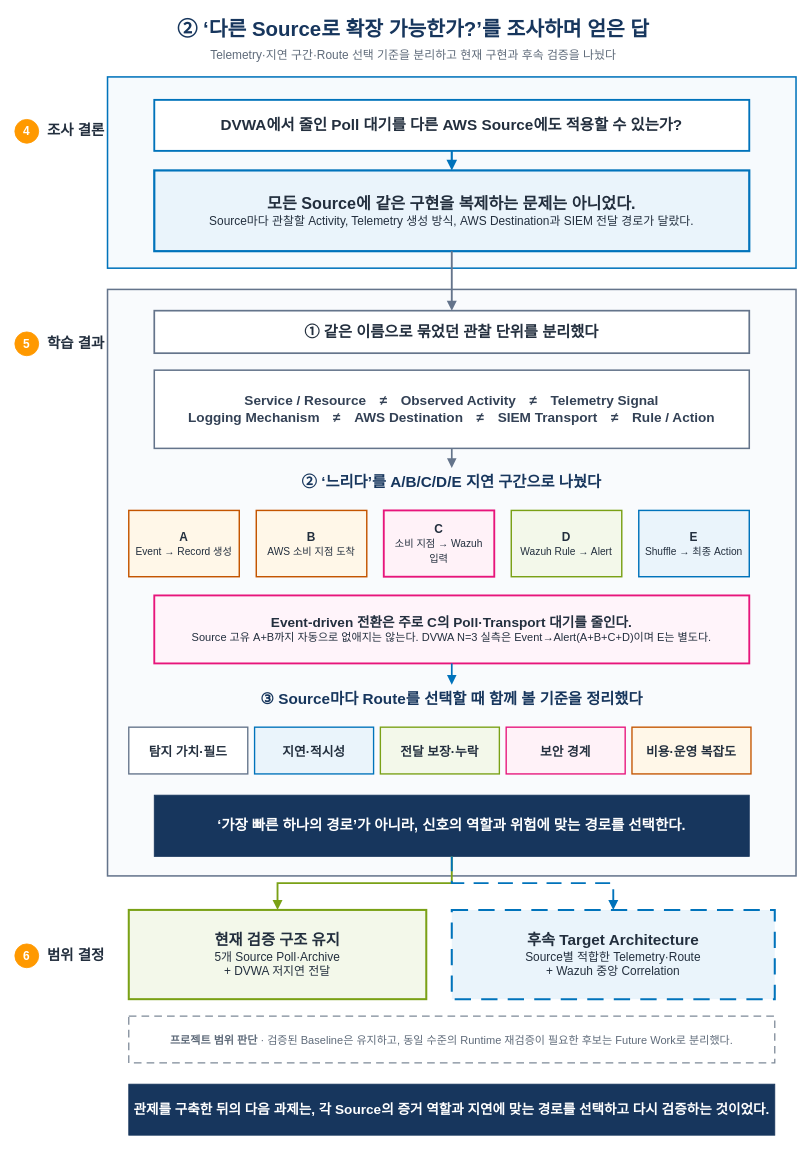
This is page "2_Telemetry·지연·설계 판단" (2 of 2) of 20_팀 프로젝트/3차 프로젝트/보고서/7.0 관제 고도화 과정.drawio from Unoh03/Obsi3, a draw.io file, before an edit. Source tidied: cells renumbered, new cells numbered last; positions are measured from the earlier drawing's top-left corner, leaving out a move shared by most shapes. Both pictures are drawn from the tidied source at 85%, with x=0, y=0 at pixel (14, 14).
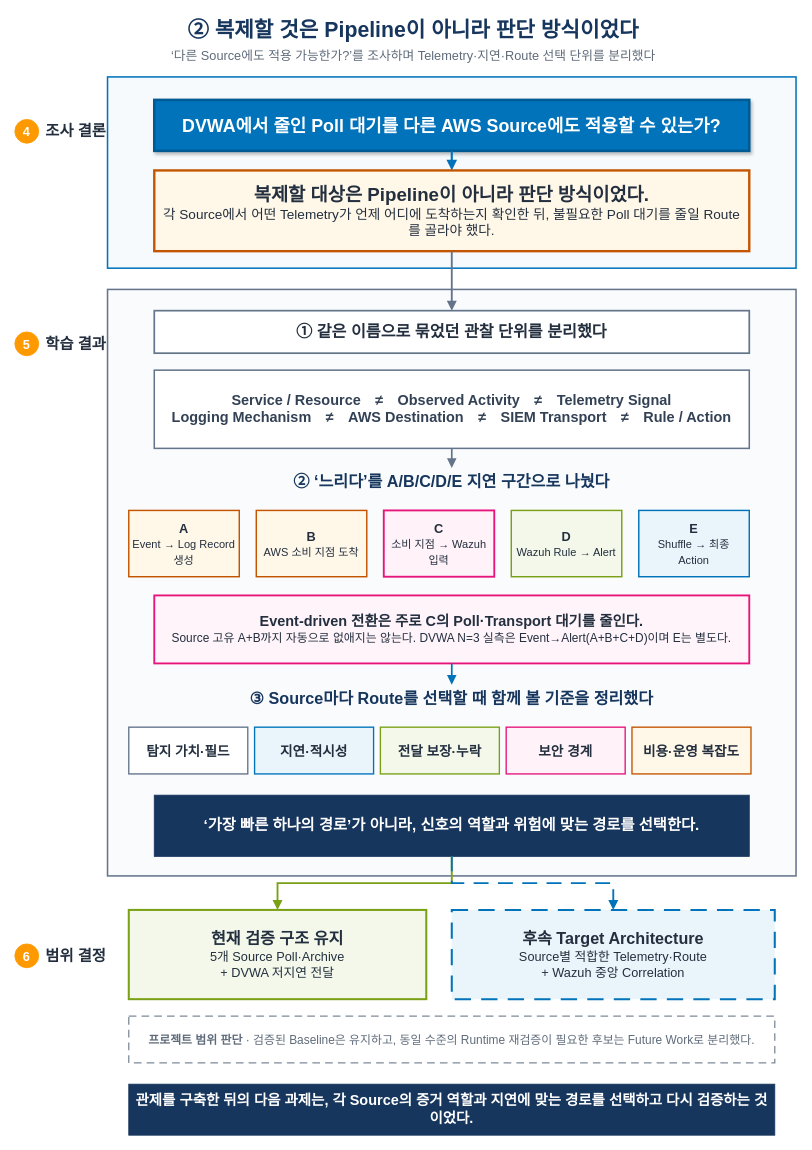
The same page after the edit.

Commit message (it also covers changes not shown here):
Auto: 2026. 08. 26. 19:38:02 M 20_팀 프로젝트/3차 프로젝트/보고서/7.0 관제 고도화 과정.drawio 20_팀 프로젝트/3차 프로젝트/보고서/7장 결론 및 후속 설계 원고.md

What changed in the source:
```diff
@@
-    <mxCell id="2" value="② ‘다른 Source로 확장 가능한가?’를 조사하며 얻은 답" style="html=1;whiteSpace=wrap;strokeColor=none;fillColor=none;align=center;verticalAlign=middle;fontColor=#17365D;fontSize=24;fontStyle=1;" parent="1" vertex="1">
+    <mxCell id="2" value="② 복제할 것은 Pipeline이 아니라 판단 방식이었다" style="html=1;whiteSpace=wrap;strokeColor=none;fillColor=none;align=center;verticalAlign=middle;fontColor=#17365D;fontSize=25;fontStyle=1;" parent="1" vertex="1">
       <mxGeometry x="49" width="840" height="34" as="geometry" />
     </mxCell>
-    <mxCell id="3" value="Telemetry·지연 구간·Route 선택 기준을 분리하고 현재 구현과 후속 검증을 나눴다" style="html=1;whiteSpace=wrap;strokeColor=none;fillColor=none;align=center;verticalAlign=middle;fontColor=#5F6B7A;fontSize=14;" parent="1" vertex="1">
+    <mxCell id="3" value="‘다른 Source에도 적용 가능한가?’를 조사하며 Telemetry·지연·Route 선택 단위를 분리했다" style="html=1;whiteSpace=wrap;strokeColor=none;fillColor=none;align=center;verticalAlign=middle;fontColor=#5F6B7A;fontSize=15;" parent="1" vertex="1">
       <mxGeometry x="89" y="36" width="760" height="22" as="geometry" />
     </mxCell>
-    <mxCell id="4" value="4" style="ellipse;whiteSpace=wrap;html=1;fillColor=#FF9900;strokeColor=#FF9900;fontColor=#FFFFFF;fontSize=14;fontStyle=1;align=center;verticalAlign=middle;" parent="1" vertex="1">
+    <mxCell id="4" value="4" style="ellipse;whiteSpace=wrap;html=1;fillColor=#FF9900;strokeColor=#FF9900;fontColor=#FFFFFF;fontSize=15;fontStyle=1;align=center;verticalAlign=middle;" parent="1" vertex="1">
       <mxGeometry y="123" width="28" height="28" as="geometry" />
     </mxCell>
-    <mxCell id="5" value="조사 결론" style="html=1;whiteSpace=wrap;strokeColor=none;fillColor=none;align=center;verticalAlign=middle;fontColor=#232F3E;fontSize=17;fontStyle=1;" parent="1" vertex="1">
+    <mxCell id="5" value="조사 결론" style="html=1;whiteSpace=wrap;strokeColor=none;fillColor=none;align=center;verticalAlign=middle;fontColor=#232F3E;fontSize=18;fontStyle=1;" parent="1" vertex="1">
       <mxGeometry x="31" y="121" width="82" height="32" as="geometry" />
     </mxCell>
@@
-    <mxCell id="7" value="DVWA에서 줄인 Poll 대기를 다른 AWS Source에도 적용할 수 있는가?" style="rounded=0;whiteSpace=wrap;html=1;fillColor=#FFFFFF;strokeColor=#0073BB;strokeWidth=2.2;fontColor=#232F3E;fontSize=18;fontStyle=1;align=center;verticalAlign=middle;spacing=6;" parent="1" vertex="1">
+    <mxCell id="7" value="DVWA에서 줄인 Poll 대기를 다른 AWS Source에도 적용할 수 있는가?" style="rounded=0;whiteSpace=wrap;html=1;fillColor=#0073BB;strokeColor=#005A93;strokeWidth=3;fontColor=#FFFFFF;fontSize=21;fontStyle=1;align=center;verticalAlign=middle;spacing=6;shadow=1;" parent="1" vertex="1">
       <mxGeometry x="164" y="100" width="700" height="60" as="geometry" />
     </mxCell>
-    <mxCell id="8" value="&lt;font style=&quot;font-size:19px;&quot;&gt;&lt;b&gt;모든 Source에 같은 구현을 복제하는 문제는 아니었다.&lt;/b&gt;&lt;/font&gt;&lt;br&gt;&lt;font style=&quot;font-size:14px;&quot;&gt;Source마다 관찰할 Activity, Telemetry 생성 방식, AWS Destination과 SIEM 전달 경로가 달랐다.&lt;/font&gt;" style="rounded=0;whiteSpace=wrap;html=1;fillColor=#EAF4FB;strokeColor=#0073BB;strokeWidth=2.6;fontColor=#232F3E;align=center;verticalAlign=middle;spacing=7;" parent="1" vertex="1">
+    <mxCell id="8" value="&lt;font style=&quot;font-size:22px;&quot;&gt;&lt;b&gt;복제할 대상은 Pipeline이 아니라 판단 방식이었다.&lt;/b&gt;&lt;/font&gt;&lt;br&gt;&lt;font style=&quot;font-size:16px;&quot;&gt;각 Source에서 어떤 Telemetry가 언제 어디에 도착하는지 확인한 뒤, 불필요한 Poll 대기를 줄일 Route를 골라야 했다.&lt;/font&gt;" style="rounded=0;whiteSpace=wrap;html=1;fillColor=#FFF7E8;strokeColor=#C45500;strokeWidth=2.8;fontColor=#232F3E;align=center;verticalAlign=middle;spacing=7;" parent="1" vertex="1">
       <mxGeometry x="164" y="183" width="700" height="95" as="geometry" />
     </mxCell>
-    <mxCell id="9" value="5" style="ellipse;whiteSpace=wrap;html=1;fillColor=#FF9900;strokeColor=#FF9900;fontColor=#FFFFFF;fontSize=14;fontStyle=1;align=center;verticalAlign=middle;" parent="1" vertex="1">
+    <mxCell id="9" value="5" style="ellipse;whiteSpace=wrap;html=1;fillColor=#FF9900;strokeColor=#FF9900;fontColor=#FFFFFF;fontSize=15;fontStyle=1;align=center;verticalAlign=middle;" parent="1" vertex="1">
       <mxGeometry y="373" width="28" height="28" as="geometry" />
     </mxCell>
-    <mxCell id="10" value="학습 결과" style="html=1;whiteSpace=wrap;strokeColor=none;fillColor=none;align=center;verticalAlign=middle;fontColor=#232F3E;fontSize=17;fontStyle=1;" parent="1" vertex="1">
+    <mxCell id="10" value="학습 결과" style="html=1;whiteSpace=wrap;strokeColor=none;fillColor=none;align=center;verticalAlign=middle;fontColor=#232F3E;fontSize=18;fontStyle=1;" parent="1" vertex="1">
       <mxGeometry x="31" y="371" width="82" height="32" as="geometry" />
     </mxCell>
@@
-    <mxCell id="12" value="&lt;font style=&quot;font-size:18px;&quot;&gt;&lt;b&gt;① 같은 이름으로 묶었던 관찰 단위를 분리했다&lt;/b&gt;&lt;/font&gt;" style="rounded=0;whiteSpace=wrap;html=1;fillColor=#FFFFFF;strokeColor=#64748B;strokeWidth=2;fontColor=#232F3E;align=center;verticalAlign=middle;spacing=5;" parent="1" vertex="1">
+    <mxCell id="12" value="&lt;font style=&quot;font-size:19px;&quot;&gt;&lt;b&gt;① 같은 이름으로 묶었던 관찰 단위를 분리했다&lt;/b&gt;&lt;/font&gt;" style="rounded=0;whiteSpace=wrap;html=1;fillColor=#FFFFFF;strokeColor=#64748B;strokeWidth=2;fontColor=#232F3E;align=center;verticalAlign=middle;spacing=5;" parent="1" vertex="1">
       <mxGeometry x="164" y="348" width="700" height="50" as="geometry" />
     </mxCell>
-    <mxCell id="13" value="&lt;font style=&quot;font-size:16px;&quot;&gt;&lt;b&gt;Service / Resource　≠　Observed Activity　≠　Telemetry Signal&lt;/b&gt;&lt;/font&gt;&lt;br&gt;&lt;font style=&quot;font-size:16px;&quot;&gt;&lt;b&gt;Logging Mechanism　≠　AWS Destination　≠　SIEM Transport　≠　Rule / Action&lt;/b&gt;&lt;/font&gt;" style="rounded=0;whiteSpace=wrap;html=1;fillColor=#FFFFFF;strokeColor=#64748B;strokeWidth=1.8;fontColor=#334155;align=center;verticalAlign=middle;spacing=7;" parent="1" vertex="1">
+    <mxCell id="13" value="&lt;font style=&quot;font-size:17px;&quot;&gt;&lt;b&gt;Service / Resource　≠　Observed Activity　≠　Telemetry Signal&lt;/b&gt;&lt;/font&gt;&lt;br&gt;&lt;font style=&quot;font-size:17px;&quot;&gt;&lt;b&gt;Logging Mechanism　≠　AWS Destination　≠　SIEM Transport　≠　Rule / Action&lt;/b&gt;&lt;/font&gt;" style="rounded=0;whiteSpace=wrap;html=1;fillColor=#FFFFFF;strokeColor=#64748B;strokeWidth=1.8;fontColor=#334155;align=center;verticalAlign=middle;spacing=7;" parent="1" vertex="1">
       <mxGeometry x="164" y="418" width="700" height="92" as="geometry" />
     </mxCell>
-    <mxCell id="14" value="② ‘느리다’를 A/B/C/D/E 지연 구간으로 나눴다" style="html=1;whiteSpace=wrap;strokeColor=none;fillColor=none;align=center;verticalAlign=middle;fontColor=#17365D;fontSize=18;fontStyle=1;" parent="1" vertex="1">
+    <mxCell id="14" value="② ‘느리다’를 A/B/C/D/E 지연 구간으로 나눴다" style="html=1;whiteSpace=wrap;strokeColor=none;fillColor=none;align=center;verticalAlign=middle;fontColor=#17365D;fontSize=19;fontStyle=1;" parent="1" vertex="1">
       <mxGeometry x="164" y="533" width="700" height="34" as="geometry" />
     </mxCell>
-    <mxCell id="15" value="&lt;b&gt;A&lt;/b&gt;&lt;br&gt;&lt;font style=&quot;font-size:12px;&quot;&gt;Event → Record 생성&lt;/font&gt;" style="rounded=0;whiteSpace=wrap;html=1;fillColor=#FFF7E8;strokeColor=#C45500;strokeWidth=1.7;fontColor=#232F3E;fontSize=14;align=center;verticalAlign=middle;spacing=5;" parent="1" vertex="1">
+    <mxCell id="15" value="&lt;b&gt;A&lt;/b&gt;&lt;br&gt;&lt;font style=&quot;font-size:13px;&quot;&gt;Event → Log Record&lt;br&gt;생성&lt;/font&gt;" style="rounded=0;whiteSpace=wrap;html=1;fillColor=#FFF7E8;strokeColor=#C45500;strokeWidth=1.7;fontColor=#232F3E;fontSize=15;align=center;verticalAlign=middle;spacing=5;" parent="1" vertex="1">
       <mxGeometry x="134" y="583" width="130" height="78" as="geometry" />
     </mxCell>
-    <mxCell id="16" value="&lt;b&gt;B&lt;/b&gt;&lt;br&gt;&lt;font style=&quot;font-size:12px;&quot;&gt;AWS 소비 지점 도착&lt;/font&gt;" style="rounded=0;whiteSpace=wrap;html=1;fillColor=#FFF7E8;strokeColor=#C45500;strokeWidth=1.7;fontColor=#232F3E;fontSize=14;align=center;verticalAlign=middle;spacing=5;" parent="1" vertex="1">
+    <mxCell id="16" value="&lt;b&gt;B&lt;/b&gt;&lt;br&gt;&lt;font style=&quot;font-size:13px;&quot;&gt;AWS 소비 지점 도착&lt;/font&gt;" style="rounded=0;whiteSpace=wrap;html=1;fillColor=#FFF7E8;strokeColor=#C45500;strokeWidth=1.7;fontColor=#232F3E;fontSize=15;align=center;verticalAlign=middle;spacing=5;" parent="1" vertex="1">
       <mxGeometry x="284" y="583" width="130" height="78" as="geometry" />
     </mxCell>
-    <mxCell id="17" value="&lt;b&gt;C&lt;/b&gt;&lt;br&gt;&lt;font style=&quot;font-size:12px;&quot;&gt;소비 지점 → Wazuh&lt;br&gt;입력&lt;/font&gt;" style="rounded=0;whiteSpace=wrap;html=1;fillColor=#FFF2F8;strokeColor=#E7157B;strokeWidth=2.2;fontColor=#232F3E;fontSize=14;align=center;verticalAlign=middle;spacing=5;" parent="1" vertex="1">
+    <mxCell id="17" value="&lt;b&gt;C&lt;/b&gt;&lt;br&gt;&lt;font style=&quot;font-size:13px;&quot;&gt;소비 지점 → Wazuh&lt;br&gt;입력&lt;/font&gt;" style="rounded=0;whiteSpace=wrap;html=1;fillColor=#FFF2F8;strokeColor=#E7157B;strokeWidth=2.2;fontColor=#232F3E;fontSize=15;align=center;verticalAlign=middle;spacing=5;" parent="1" vertex="1">
       <mxGeometry x="434" y="583" width="130" height="78" as="geometry" />
     </mxCell>
-    <mxCell id="18" value="&lt;b&gt;D&lt;/b&gt;&lt;br&gt;&lt;font style=&quot;font-size:12px;&quot;&gt;Wazuh Rule → Alert&lt;/font&gt;" style="rounded=0;whiteSpace=wrap;html=1;fillColor=#F3F8EA;strokeColor=#7AA116;strokeWidth=1.7;fontColor=#232F3E;fontSize=14;align=center;verticalAlign=middle;spacing=5;" parent="1" vertex="1">
+    <mxCell id="18" value="&lt;b&gt;D&lt;/b&gt;&lt;br&gt;&lt;font style=&quot;font-size:13px;&quot;&gt;Wazuh Rule → Alert&lt;/font&gt;" style="rounded=0;whiteSpace=wrap;html=1;fillColor=#F3F8EA;strokeColor=#7AA116;strokeWidth=1.7;fontColor=#232F3E;fontSize=15;align=center;verticalAlign=middle;spacing=5;" parent="1" vertex="1">
       <mxGeometry x="584" y="583" width="130" height="78" as="geometry" />
     </mxCell>
-    <mxCell id="19" value="&lt;b&gt;E&lt;/b&gt;&lt;br&gt;&lt;font style=&quot;font-size:12px;&quot;&gt;Shuffle → 최종 Action&lt;/font&gt;" style="rounded=0;whiteSpace=wrap;html=1;fillColor=#EAF4FB;strokeColor=#0073BB;strokeWidth=1.7;fontColor=#232F3E;fontSize=14;align=center;verticalAlign=middle;spacing=5;" parent="1" vertex="1">
+    <mxCell id="19" value="&lt;b&gt;E&lt;/b&gt;&lt;br&gt;&lt;font style=&quot;font-size:13px;&quot;&gt;Shuffle → 최종 Action&lt;/font&gt;" style="rounded=0;whiteSpace=wrap;html=1;fillColor=#EAF4FB;strokeColor=#0073BB;strokeWidth=1.7;fontColor=#232F3E;fontSize=15;align=center;verticalAlign=middle;spacing=5;" parent="1" vertex="1">
       <mxGeometry x="734" y="583" width="130" height="78" as="geometry" />
     </mxCell>
-    <mxCell id="20" value="&lt;font style=&quot;font-size:16px;&quot;&gt;&lt;b&gt;Event-driven 전환은 주로 C의 Poll·Transport 대기를 줄인다.&lt;/b&gt;&lt;/font&gt;&lt;br&gt;&lt;font style=&quot;font-size:13px;&quot;&gt;Source 고유 A+B까지 자동으로 없애지는 않는다. DVWA N=3 실측은 Event→Alert(A+B+C+D)이며 E는 별도다.&lt;/font&gt;" style="rounded=0;whiteSpace=wrap;html=1;fillColor=#FFF4FA;strokeColor=#E7157B;strokeWidth=2.2;fontColor=#232F3E;align=center;verticalAlign=middle;spacing=6;" parent="1" vertex="1">
+    <mxCell id="20" value="&lt;font style=&quot;font-size:17px;&quot;&gt;&lt;b&gt;Event-driven 전환은 주로 C의 Poll·Transport 대기를 줄인다.&lt;/b&gt;&lt;/font&gt;&lt;br&gt;&lt;font style=&quot;font-size:14px;&quot;&gt;Source 고유 A+B까지 자동으로 없애지는 않는다. DVWA N=3 실측은 Event→Alert(A+B+C+D)이며 E는 별도다.&lt;/font&gt;" style="rounded=0;whiteSpace=wrap;html=1;fillColor=#FFF4FA;strokeColor=#E7157B;strokeWidth=2.2;fontColor=#232F3E;align=center;verticalAlign=middle;spacing=6;" parent="1" vertex="1">
       <mxGeometry x="164" y="683" width="700" height="80" as="geometry" />
     </mxCell>
-    <mxCell id="21" value="③ Source마다 Route를 선택할 때 함께 볼 기준을 정리했다" style="html=1;whiteSpace=wrap;strokeColor=none;fillColor=none;align=center;verticalAlign=middle;fontColor=#17365D;fontSize=18;fontStyle=1;" parent="1" vertex="1">
+    <mxCell id="21" value="③ Source마다 Route를 선택할 때 함께 볼 기준을 정리했다" style="html=1;whiteSpace=wrap;strokeColor=none;fillColor=none;align=center;verticalAlign=middle;fontColor=#17365D;fontSize=19;fontStyle=1;" parent="1" vertex="1">
       <mxGeometry x="164" y="788" width="700" height="34" as="geometry" />
     </mxCell>
-    <mxCell id="22" value="탐지 가치·필드" style="rounded=0;whiteSpace=wrap;html=1;fillColor=#FFFFFF;strokeColor=#64748B;strokeWidth=1.6;fontColor=#232F3E;fontSize=15;fontStyle=1;align=center;verticalAlign=middle;" parent="1" vertex="1">
+    <mxCell id="22" value="탐지 가치·필드" style="rounded=0;whiteSpace=wrap;html=1;fillColor=#FFFFFF;strokeColor=#64748B;strokeWidth=1.6;fontColor=#232F3E;fontSize=16;fontStyle=1;align=center;verticalAlign=middle;" parent="1" vertex="1">
       <mxGeometry x="134" y="838" width="140" height="55" as="geometry" />
     </mxCell>
-    <mxCell id="23" value="지연·적시성" style="rounded=0;whiteSpace=wrap;html=1;fillColor=#EAF4FB;strokeColor=#0073BB;strokeWidth=1.6;fontColor=#232F3E;fontSize=15;fontStyle=1;align=center;verticalAlign=middle;" parent="1" vertex="1">
+    <mxCell id="23" value="지연·적시성" style="rounded=0;whiteSpace=wrap;html=1;fillColor=#EAF4FB;strokeColor=#0073BB;strokeWidth=1.6;fontColor=#232F3E;fontSize=16;fontStyle=1;align=center;verticalAlign=middle;" parent="1" vertex="1">
       <mxGeometry x="282" y="838" width="140" height="55" as="geometry" />
     </mxCell>
-    <mxCell id="24" value="전달 보장·누락" style="rounded=0;whiteSpace=wrap;html=1;fillColor=#F3F8EA;strokeColor=#7AA116;strokeWidth=1.6;fontColor=#232F3E;fontSize=15;fontStyle=1;align=center;verticalAlign=middle;" parent="1" vertex="1">
+    <mxCell id="24" value="전달 보장·누락" style="rounded=0;whiteSpace=wrap;html=1;fillColor=#F3F8EA;strokeColor=#7AA116;strokeWidth=1.6;fontColor=#232F3E;fontSize=16;fontStyle=1;align=center;verticalAlign=middle;" parent="1" vertex="1">
       <mxGeometry x="430" y="838" width="140" height="55" as="geometry" />
     </mxCell>
-    <mxCell id="25" value="보안 경계" style="rounded=0;whiteSpace=wrap;html=1;fillColor=#FFF2F8;strokeColor=#E7157B;strokeWidth=1.6;fontColor=#232F3E;fontSize=15;fontStyle=1;align=center;verticalAlign=middle;" parent="1" vertex="1">
+    <mxCell id="25" value="보안 경계" style="rounded=0;whiteSpace=wrap;html=1;fillColor=#FFF2F8;strokeColor=#E7157B;strokeWidth=1.6;fontColor=#232F3E;fontSize=16;fontStyle=1;align=center;verticalAlign=middle;" parent="1" vertex="1">
       <mxGeometry x="578" y="838" width="140" height="55" as="geometry" />
     </mxCell>
-    <mxCell id="26" value="비용·운영 복잡도" style="rounded=0;whiteSpace=wrap;html=1;fillColor=#FFF7E8;strokeColor=#C45500;strokeWidth=1.6;fontColor=#232F3E;fontSize=15;fontStyle=1;align=center;verticalAlign=middle;" parent="1" vertex="1">
+    <mxCell id="26" value="비용·운영 복잡도" style="rounded=0;whiteSpace=wrap;html=1;fillColor=#FFF7E8;strokeColor=#C45500;strokeWidth=1.6;fontColor=#232F3E;fontSize=16;fontStyle=1;align=center;verticalAlign=middle;" parent="1" vertex="1">
       <mxGeometry x="726" y="838" width="140" height="55" as="geometry" />
     </mxCell>
-    <mxCell id="27" value="&lt;font style=&quot;font-size:17px;&quot;&gt;&lt;b&gt;‘가장 빠른 하나의 경로’가 아니라, 신호의 역할과 위험에 맞는 경로를 선택한다.&lt;/b&gt;&lt;/font&gt;" style="rounded=0;whiteSpace=wrap;html=1;fillColor=#17365D;strokeColor=#17365D;fontColor=#FFFFFF;align=center;verticalAlign=middle;spacing=6;" parent="1" vertex="1">
+    <mxCell id="27" value="&lt;font style=&quot;font-size:18px;&quot;&gt;&lt;b&gt;‘가장 빠른 하나의 경로’가 아니라, 신호의 역할과 위험에 맞는 경로를 선택한다.&lt;/b&gt;&lt;/font&gt;" style="rounded=0;whiteSpace=wrap;html=1;fillColor=#17365D;strokeColor=#17365D;fontColor=#FFFFFF;align=center;verticalAlign=middle;spacing=6;" parent="1" vertex="1">
       <mxGeometry x="164" y="918" width="700" height="72" as="geometry" />
     </mxCell>
-    <mxCell id="28" value="6" style="ellipse;whiteSpace=wrap;html=1;fillColor=#FF9900;strokeColor=#FF9900;fontColor=#FFFFFF;fontSize=14;fontStyle=1;align=center;verticalAlign=middle;" parent="1" vertex="1">
+    <mxCell id="28" value="6" style="ellipse;whiteSpace=wrap;html=1;fillColor=#FF9900;strokeColor=#FF9900;fontColor=#FFFFFF;fontSize=15;fontStyle=1;align=center;verticalAlign=middle;" parent="1" vertex="1">
       <mxGeometry y="1093" width="28" height="28" as="geometry" />
     </mxCell>
-    <mxCell id="29" value="범위 결정" style="html=1;whiteSpace=wrap;strokeColor=none;fillColor=none;align=center;verticalAlign=middle;fontColor=#232F3E;fontSize=17;fontStyle=1;" parent="1" vertex="1">
+    <mxCell id="29" value="범위 결정" style="html=1;whiteSpace=wrap;strokeColor=none;fillColor=none;align=center;verticalAlign=middle;fontColor=#232F3E;fontSize=18;fontStyle=1;" parent="1" vertex="1">
       <mxGeometry x="31" y="1091" width="82" height="32" as="geometry" />
     </mxCell>
-    <mxCell id="30" value="&lt;font style=&quot;font-size:18px;&quot;&gt;&lt;b&gt;현재 검증 구조 유지&lt;/b&gt;&lt;/font&gt;&lt;br&gt;&lt;font style=&quot;font-size:14px;&quot;&gt;5개 Source Poll·Archive&lt;br&gt;+ DVWA 저지연 전달&lt;/font&gt;" style="rounded=0;whiteSpace=wrap;html=1;fillColor=#F3F8EA;strokeColor=#7AA116;strokeWidth=2.4;fontColor=#232F3E;align=center;verticalAlign=middle;spacing=6;" parent="1" vertex="1">
+    <mxCell id="30" value="&lt;font style=&quot;font-size:19px;&quot;&gt;&lt;b&gt;현재 검증 구조 유지&lt;/b&gt;&lt;/font&gt;&lt;br&gt;&lt;font style=&quot;font-size:15px;&quot;&gt;5개 Source Poll·Archive&lt;br&gt;+ DVWA 저지연 전달&lt;/font&gt;" style="rounded=0;whiteSpace=wrap;html=1;fillColor=#F3F8EA;strokeColor=#7AA116;strokeWidth=2.4;fontColor=#232F3E;align=center;verticalAlign=middle;spacing=6;" parent="1" vertex="1">
       <mxGeometry x="134" y="1053" width="350" height="105" as="geometry" />
     </mxCell>
-    <mxCell id="31" value="&lt;font style=&quot;font-size:18px;&quot;&gt;&lt;b&gt;후속 Target Architecture&lt;/b&gt;&lt;/font&gt;&lt;br&gt;&lt;font style=&quot;font-size:14px;&quot;&gt;Source별 적합한 Telemetry·Route&lt;br&gt;+ Wazuh 중앙 Correlation&lt;/font&gt;" style="rounded=0;whiteSpace=wrap;html=1;fillColor=#EAF4FB;strokeColor=#0073BB;strokeWidth=2.4;dashed=1;dashPattern=8 5;fontColor=#232F3E;align=center;verticalAlign=middle;spacing=6;" parent="1" vertex="1">
+    <mxCell id="31" value="&lt;font style=&quot;font-size:19px;&quot;&gt;&lt;b&gt;후속 Target Architecture&lt;/b&gt;&lt;/font&gt;&lt;br&gt;&lt;font style=&quot;font-size:15px;&quot;&gt;Source별 적합한 Telemetry·Route&lt;br&gt;+ Wazuh 중앙 Correlation&lt;/font&gt;" style="rounded=0;whiteSpace=wrap;html=1;fillColor=#EAF4FB;strokeColor=#0073BB;strokeWidth=2.4;dashed=1;dashPattern=8 5;fontColor=#232F3E;align=center;verticalAlign=middle;spacing=6;" parent="1" vertex="1">
       <mxGeometry x="514" y="1053" width="380" height="105" as="geometry" />
     </mxCell>
-    <mxCell id="32" value="&lt;b&gt;프로젝트 범위 판단&lt;/b&gt; · 검증된 Baseline은 유지하고, 동일 수준의 Runtime 재검증이 필요한 후보는 Future Work로 분리했다." style="rounded=0;whiteSpace=wrap;html=1;fillColor=#FFFFFF;strokeColor=#7D8998;strokeWidth=1.5;dashed=1;dashPattern=6 4;fontColor=#5F6B7A;fontSize=13;align=center;verticalAlign=middle;spacing=5;" parent="1" vertex="1">
+    <mxCell id="32" value="&lt;b&gt;프로젝트 범위 판단&lt;/b&gt; · 검증된 Baseline은 유지하고, 동일 수준의 Runtime 재검증이 필요한 후보는 Future Work로 분리했다." style="rounded=0;whiteSpace=wrap;html=1;fillColor=#FFFFFF;strokeColor=#7D8998;strokeWidth=1.5;dashed=1;dashPattern=6 4;fontColor=#5F6B7A;fontSize=14;align=center;verticalAlign=middle;spacing=5;" parent="1" vertex="1">
       <mxGeometry x="134" y="1178" width="760" height="55" as="geometry" />
     </mxCell>
-    <mxCell id="33" value="관제를 구축한 뒤의 다음 과제는, 각 Source의 증거 역할과 지연에 맞는 경로를 선택하고 다시 검증하는 것이었다." style="rounded=0;whiteSpace=wrap;html=1;fillColor=#17365D;strokeColor=#17365D;fontColor=#FFFFFF;fontSize=16;fontStyle=1;align=center;verticalAlign=middle;spacing=6;" parent="1" vertex="1">
+    <mxCell id="33" value="관제를 구축한 뒤의 다음 과제는, 각 Source의 증거 역할과 지연에 맞는 경로를 선택하고 다시 검증하는 것이었다." style="rounded=0;whiteSpace=wrap;html=1;fillColor=#17365D;strokeColor=#17365D;fontColor=#FFFFFF;fontSize=17;fontStyle=1;align=center;verticalAlign=middle;spacing=6;" parent="1" vertex="1">
       <mxGeometry x="134" y="1258" width="760" height="60" as="geometry" />
     </mxCell>
```
